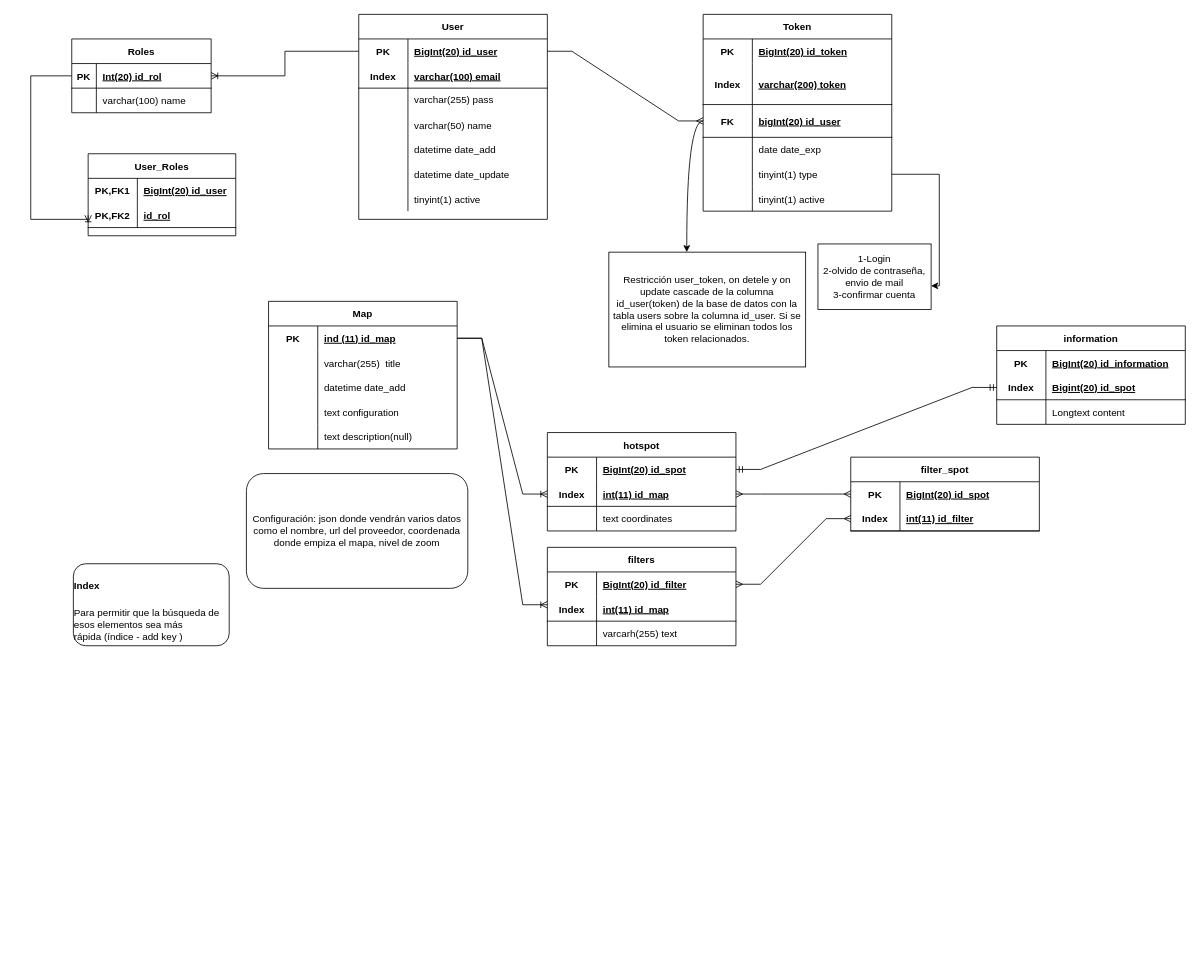
Before: database/Mapflet.drawio in C1b3r/easymap, a draw.io diagram. Source tidied: cells renumbered, new cells numbered last; positions are measured from the earlier drawing's top-left corner, leaving out a move shared by most shapes. Both pictures are drawn from the tidied source at 82%, with x=0, y=0 at pixel (30, 14).
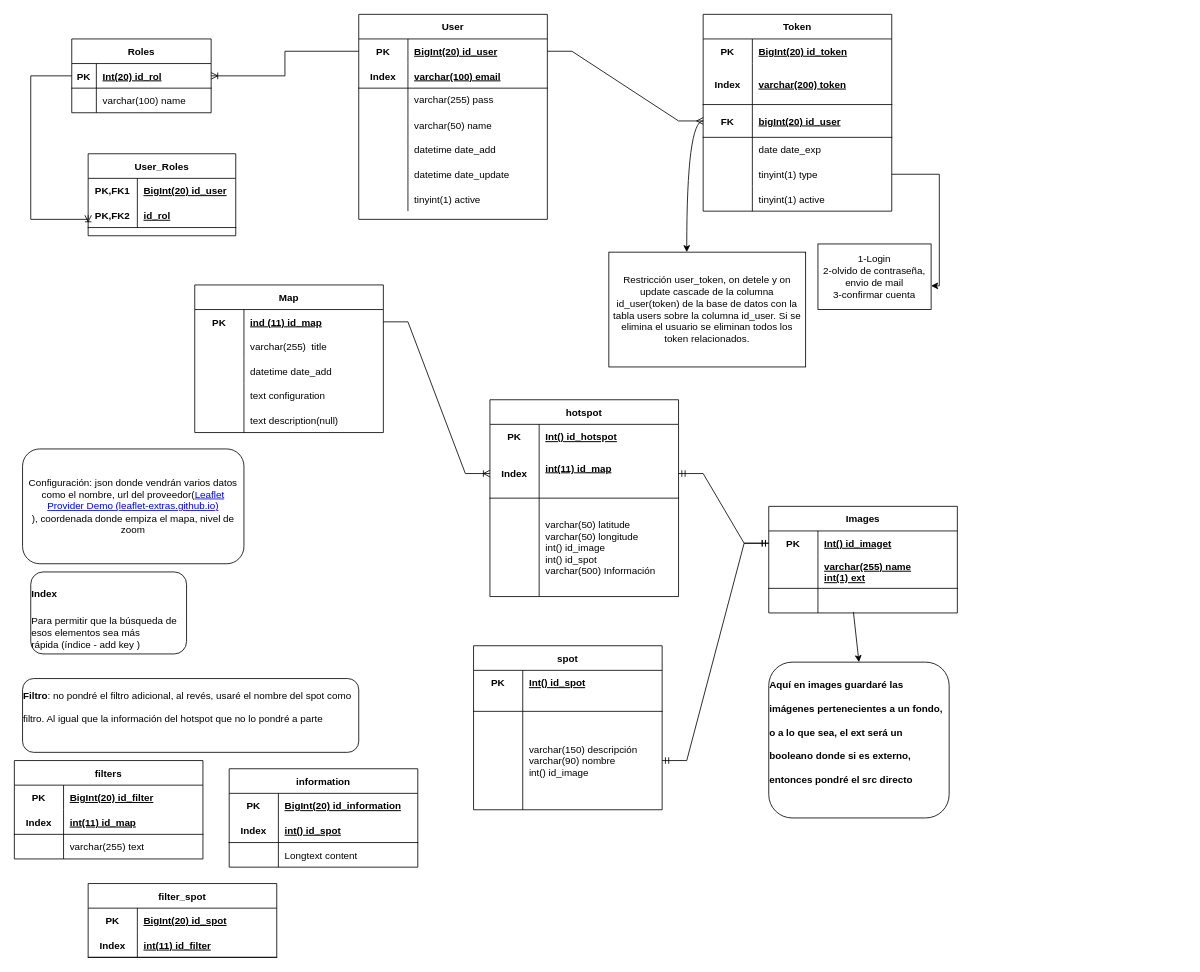
The same diagram, later.

The change refers to these unchanged cells:
```xml
<mxCell id="66" style="shape=partialRectangle;fillColor=none;top=0;left=0;bottom=0;right=0;points=[[0,0.5],[1,0.5]];portConstraint=eastwest;" parent="65" vertex="1">
  <mxGeometry y="30" width="230" height="30" as="geometry" />
</mxCell>
<mxCell id="82" style="shape=partialRectangle;fillColor=none;top=0;left=0;bottom=0;right=0;points=[[0,0.5],[1,0.5]];portConstraint=eastwest;" parent="81" vertex="1">
  <mxGeometry y="30" width="230" height="30" as="geometry" />
</mxCell>
<mxCell id="93" style="shape=partialRectangle;fillColor=none;top=0;left=0;bottom=0;right=0;points=[[0,0.5],[1,0.5]];portConstraint=eastwest;" parent="92" vertex="1">
  <mxGeometry y="30" width="230" height="30" as="geometry" />
</mxCell>
<mxCell id="99" style="shape=partialRectangle;fillColor=none;top=0;left=0;bottom=0;right=0;" parent="92" vertex="1">
  <mxGeometry y="90" width="230" height="30" as="geometry" />
</mxCell>
<mxCell id="104" style="shape=partialRectangle;fillColor=none;top=0;left=0;bottom=0;right=0;points=[[0,0.5],[1,0.5]];portConstraint=eastwest;" parent="103" vertex="1">
  <mxGeometry y="30" width="230" height="30" as="geometry" />
</mxCell>
<mxCell id="107" style="shape=partialRectangle;fillColor=none;top=0;left=0;bottom=1;right=0;points=[[0,0.5],[1,0.5]];portConstraint=eastwest;" parent="103" vertex="1">
  <mxGeometry y="60" width="230" height="30" as="geometry" />
</mxCell>
<mxCell id="116" style="shape=partialRectangle;fillColor=none;top=0;left=0;bottom=1;right=0;points=[[0,0.5],[1,0.5]];portConstraint=eastwest;" parent="112" vertex="1">
  <mxGeometry y="60" width="230" height="30" as="geometry" />
</mxCell>
```

Change to the diagram source:
```diff
@@
     <mxCell id="44" value="&lt;p style=&quot;line-height: 40%&quot;&gt;&lt;/p&gt;&lt;h1 style=&quot;text-align: left&quot;&gt;&lt;font style=&quot;font-size: 12px&quot;&gt;Index&lt;/font&gt;&lt;/h1&gt;&lt;p style=&quot;text-align: left&quot;&gt;&lt;font style=&quot;font-size: 12px ; line-height: 40%&quot;&gt;Para permitir que la búsqueda de esos elementos sea más rápida&amp;nbsp;&lt;/font&gt;&lt;span&gt;(índice - add key )&lt;/span&gt;&lt;/p&gt;&lt;p&gt;&lt;/p&gt;" style="rounded=1;whiteSpace=wrap;html=1;" parent="1" vertex="1">
-      <mxGeometry x="52" y="670" width="190" height="100" as="geometry" />
+      <mxGeometry y="680" width="190" height="100" as="geometry" />
     </mxCell>
@@
     <mxCell id="65" value="Map" style="shape=table;startSize=30;childLayout=tableLayout;rowLines=0;fontStyle=1;align=center;" parent="1" vertex="1">
-      <mxGeometry x="290" y="350" width="230" height="180" as="geometry" />
+      <mxGeometry x="200" y="330" width="230" height="180" as="geometry" />
     </mxCell>
@@
     <mxCell id="81" value="hotspot" style="shape=table;startSize=30;childLayout=tableLayout;rowLines=0;fontStyle=1;align=center;" parent="1" vertex="1">
-      <mxGeometry x="630" y="510" width="230" height="120" as="geometry" />
+      <mxGeometry x="560" y="470" width="230" height="240" as="geometry" />
     </mxCell>
@@
-    <mxCell id="84" value="BigInt(20) id_spot" style="shape=partialRectangle;fillColor=none;top=0;left=0;bottom=0;right=0;align=left;spacingLeft=6;fontStyle=5;overflow=hidden;" parent="82" vertex="1">
+    <mxCell id="84" value="Int() id_hotspot" style="shape=partialRectangle;fillColor=none;top=0;left=0;bottom=0;right=0;align=left;spacingLeft=6;fontStyle=5;overflow=hidden;" parent="82" vertex="1">
       <mxGeometry x="60" width="170" height="30" as="geometry" />
     </mxCell>
     <mxCell id="85" style="shape=partialRectangle;fillColor=none;top=0;left=0;bottom=1;right=0;points=[[0,0.5],[1,0.5]];portConstraint=eastwest;" parent="81" vertex="1">
-      <mxGeometry y="60" width="230" height="30" as="geometry" />
+      <mxGeometry y="60" width="230" height="60" as="geometry" />
     </mxCell>
     <mxCell id="86" value="Index" style="shape=partialRectangle;fillColor=none;top=0;left=0;bottom=0;right=0;fontStyle=1;overflow=hidden;" parent="85" vertex="1">
-      <mxGeometry width="60" height="30" as="geometry" />
+      <mxGeometry width="60" height="60" as="geometry" />
     </mxCell>
-    <mxCell id="87" value="int(11) id_map" style="shape=partialRectangle;fillColor=none;top=0;left=0;bottom=0;right=0;align=left;spacingLeft=6;fontStyle=5;overflow=hidden;" parent="85" vertex="1">
-      <mxGeometry x="60" width="170" height="30" as="geometry" />
+    <mxCell id="87" value="int(11) id_map&#10;" style="shape=partialRectangle;fillColor=none;top=0;left=0;bottom=0;right=0;align=left;spacingLeft=6;fontStyle=5;overflow=hidden;" parent="85" vertex="1">
+      <mxGeometry x="60" width="170" height="60" as="geometry" />
     </mxCell>
     <mxCell id="88" style="shape=partialRectangle;fillColor=none;top=0;left=0;bottom=0;right=0;" parent="81" vertex="1">
-      <mxGeometry y="90" width="230" height="30" as="geometry" />
+      <mxGeometry y="120" width="230" height="120" as="geometry" />
     </mxCell>
     <mxCell id="89" style="shape=partialRectangle;fillColor=none;top=0;left=0;bottom=0;right=0;overflow=hidden;" parent="88" vertex="1">
-      <mxGeometry width="60" height="30" as="geometry" />
+      <mxGeometry width="60" height="120" as="geometry" />
     </mxCell>
-    <mxCell id="90" value="text coordinates" style="shape=partialRectangle;fillColor=none;top=0;left=0;bottom=0;right=0;align=left;spacingLeft=6;overflow=hidden;" parent="88" vertex="1">
-      <mxGeometry x="60" width="170" height="30" as="geometry" />
+    <mxCell id="90" value="varchar(50) latitude&#10;varchar(50) longitude&#10;int() id_image&#10;int() id_spot&#10;varchar(500) Información" style="shape=partialRectangle;fillColor=none;top=0;left=0;bottom=0;right=0;align=left;spacingLeft=6;overflow=hidden;" parent="88" vertex="1">
+      <mxGeometry x="60" width="170" height="120" as="geometry" />
     </mxCell>
@@
     <mxCell id="92" value="filters" style="shape=table;startSize=30;childLayout=tableLayout;rowLines=0;fontStyle=1;align=center;" parent="1" vertex="1">
-      <mxGeometry x="630" y="650" width="230" height="120" as="geometry" />
+      <mxGeometry x="-20" y="910" width="230" height="120" as="geometry" />
     </mxCell>
@@
-    <mxCell id="101" value="varcarh(255) text" style="shape=partialRectangle;fillColor=none;top=0;left=0;bottom=0;right=0;align=left;spacingLeft=6;overflow=hidden;" parent="99" vertex="1">
+    <mxCell id="101" value="varchar(255) text" style="shape=partialRectangle;fillColor=none;top=0;left=0;bottom=0;right=0;align=left;spacingLeft=6;overflow=hidden;" parent="99" vertex="1">
       <mxGeometry x="60" width="170" height="30" as="geometry" />
     </mxCell>
-    <mxCell id="102" style="edgeStyle=entityRelationEdgeStyle;fontSize=12;html=1;endArrow=ERoneToMany;rounded=0;exitX=1;exitY=0.5;exitDx=0;exitDy=0;" parent="1" edge="1" source="66">
-      <mxGeometry relative="1" as="geometry">
-        <mxPoint x="630" y="720" as="targetPoint" />
-      </mxGeometry>
-    </mxCell>
     <mxCell id="103" value="filter_spot" style="shape=table;startSize=30;childLayout=tableLayout;rowLines=0;fontStyle=1;align=center;" parent="1" vertex="1">
-      <mxGeometry x="1000" y="540" width="230" height="90" as="geometry" />
+      <mxGeometry x="70" y="1060" width="230" height="90" as="geometry" />
     </mxCell>
@@
-    <mxCell id="110" style="edgeStyle=entityRelationEdgeStyle;fontSize=12;html=1;endArrow=ERmany;startArrow=ERmany;rounded=0;entryX=0;entryY=0.5;entryDx=0;entryDy=0;" parent="1" edge="1" source="85" target="104">
-      <mxGeometry relative="1" as="geometry" />
-    </mxCell>
-    <mxCell id="111" style="edgeStyle=entityRelationEdgeStyle;fontSize=12;html=1;endArrow=ERmany;startArrow=ERmany;rounded=0;entryX=0;entryY=0.5;entryDx=0;entryDy=0;exitX=1;exitY=0.5;exitDx=0;exitDy=0;" parent="1" edge="1" source="93" target="107">
-      <mxGeometry relative="1" as="geometry" />
-    </mxCell>
     <mxCell id="112" value="information" style="shape=table;startSize=30;childLayout=tableLayout;rowLines=0;fontStyle=1;align=center;" parent="1" vertex="1">
-      <mxGeometry x="1178" y="380" width="230" height="120" as="geometry" />
+      <mxGeometry x="242" y="920" width="230" height="120" as="geometry" />
     </mxCell>
@@
-    <mxCell id="118" value="Bigint(20) id_spot" style="shape=partialRectangle;fillColor=none;top=0;left=0;bottom=0;right=0;align=left;spacingLeft=6;fontStyle=5;overflow=hidden;" parent="116" vertex="1">
+    <mxCell id="118" value="int() id_spot" style="shape=partialRectangle;fillColor=none;top=0;left=0;bottom=0;right=0;align=left;spacingLeft=6;fontStyle=5;overflow=hidden;" parent="116" vertex="1">
       <mxGeometry x="60" width="170" height="30" as="geometry" />
     </mxCell>
@@
-    <mxCell id="122" style="edgeStyle=entityRelationEdgeStyle;fontSize=12;html=1;endArrow=ERmandOne;startArrow=ERmandOne;rounded=0;entryX=0;entryY=0.5;entryDx=0;entryDy=0;exitX=1;exitY=0.5;exitDx=0;exitDy=0;" parent="1" edge="1" source="82" target="116">
-      <mxGeometry relative="1" as="geometry" />
-    </mxCell>
-    <mxCell id="123" value="Configuración: json donde vendrán varios datos como el nombre, url del proveedor, coordenada donde empiza el mapa, nivel de zoom" style="rounded=1;whiteSpace=wrap;html=1;" parent="1" vertex="1">
-      <mxGeometry x="263" y="560" width="270" height="140" as="geometry" />
+    <mxCell id="123" value="Configuración: json donde vendrán varios datos como el nombre, url del proveedor(&lt;a href=&quot;https://leaflet-extras.github.io/leaflet-providers/preview/&quot;&gt;Leaflet Provider Demo (leaflet-extras.github.io)&lt;/a&gt;&lt;br&gt;), coordenada donde empiza el mapa, nivel de zoom" style="rounded=1;whiteSpace=wrap;html=1;" parent="1" vertex="1">
+      <mxGeometry x="-10" y="530" width="270" height="140" as="geometry" />
     </mxCell>
+    <mxCell id="124" value="&lt;p style=&quot;line-height: 40%&quot;&gt;&lt;/p&gt;&lt;h1 style=&quot;text-align: left&quot;&gt;&lt;font style=&quot;background-color: initial; font-size: 12px; line-height: 40%;&quot;&gt;Filtro&lt;span style=&quot;font-weight: 400;&quot;&gt;: no pondré el filtro adicional, al revés, usaré el nombre del spot como filtro. Al igual que la información del hotspot que no lo pondré a parte&lt;/span&gt;&lt;/font&gt;&lt;br&gt;&lt;/h1&gt;&lt;div&gt;&lt;font style=&quot;background-color: initial; font-size: 12px; line-height: 40%;&quot;&gt;&lt;span style=&quot;font-weight: 400;&quot;&gt;&lt;br&gt;&lt;/span&gt;&lt;/font&gt;&lt;/div&gt;&lt;p&gt;&lt;/p&gt;" style="rounded=1;whiteSpace=wrap;html=1;" parent="1" vertex="1">
+      <mxGeometry x="-10" y="810" width="410" height="90" as="geometry" />
+    </mxCell>
+    <mxCell id="125" value="Images" style="shape=table;startSize=30;childLayout=tableLayout;rowLines=0;fontStyle=1;align=center;" parent="1" vertex="1">
+      <mxGeometry x="900" y="600" width="230" height="130" as="geometry" />
+    </mxCell>
+    <mxCell id="126" style="shape=partialRectangle;fillColor=none;top=0;left=0;bottom=0;right=0;points=[[0,0.5],[1,0.5]];portConstraint=eastwest;" parent="125" vertex="1">
+      <mxGeometry y="30" width="230" height="30" as="geometry" />
+    </mxCell>
+    <mxCell id="127" value="PK" style="shape=partialRectangle;fillColor=none;top=0;left=0;bottom=0;right=0;fontStyle=1;overflow=hidden;" parent="126" vertex="1">
+      <mxGeometry width="60" height="30" as="geometry" />
+    </mxCell>
+    <mxCell id="128" value="Int() id_imaget" style="shape=partialRectangle;fillColor=none;top=0;left=0;bottom=0;right=0;align=left;spacingLeft=6;fontStyle=5;overflow=hidden;" parent="126" vertex="1">
+      <mxGeometry x="60" width="170" height="30" as="geometry" />
+    </mxCell>
+    <mxCell id="129" style="shape=partialRectangle;fillColor=none;top=0;left=0;bottom=1;right=0;" parent="125" vertex="1">
+      <mxGeometry y="60" width="230" height="40" as="geometry" />
+    </mxCell>
+    <mxCell id="130" style="shape=partialRectangle;fillColor=none;top=0;left=0;bottom=0;right=0;fontStyle=1;overflow=hidden;" parent="129" vertex="1">
+      <mxGeometry width="60" height="40" as="geometry" />
+    </mxCell>
+    <mxCell id="131" value="varchar(255) name&#10;int(1) ext" style="shape=partialRectangle;fillColor=none;top=0;left=0;bottom=0;right=0;align=left;spacingLeft=6;fontStyle=5;overflow=hidden;" parent="129" vertex="1">
+      <mxGeometry x="60" width="170" height="40" as="geometry" />
+    </mxCell>
+    <mxCell id="132" style="shape=partialRectangle;fillColor=none;top=0;left=0;bottom=0;right=0;points=[[0,0.5],[1,0.5]];portConstraint=eastwest;" parent="125" vertex="1">
+      <mxGeometry y="100" width="230" height="30" as="geometry" />
+    </mxCell>
+    <mxCell id="133" style="shape=partialRectangle;fillColor=none;top=0;left=0;bottom=0;right=0;overflow=hidden;" parent="132" vertex="1">
+      <mxGeometry width="60" height="30" as="geometry" />
+    </mxCell>
+    <mxCell id="134" style="shape=partialRectangle;fillColor=none;top=0;left=0;bottom=0;right=0;align=left;spacingLeft=6;overflow=hidden;" parent="132" vertex="1">
+      <mxGeometry x="60" width="170" height="30" as="geometry" />
+    </mxCell>
+    <mxCell id="135" style="edgeStyle=entityRelationEdgeStyle;fontSize=12;html=1;endArrow=ERmandOne;startArrow=ERmandOne;rounded=0;entryX=0;entryY=0.5;entryDx=0;entryDy=0;" parent="1" edge="1" source="85" target="126">
+      <mxGeometry relative="1" as="geometry">
+        <Array as="points">
+          <mxPoint x="800" y="600" />
+        </Array>
+      </mxGeometry>
+    </mxCell>
+    <mxCell id="136" value="&lt;p style=&quot;line-height: 40%&quot;&gt;&lt;/p&gt;&lt;h1 style=&quot;text-align: left&quot;&gt;&lt;span style=&quot;font-size: 12px;&quot;&gt;Aquí en images guardaré las imágenes pertenecientes a un fondo, o a lo que sea, el ext será un booleano donde si es externo, entonces pondré el src directo&lt;/span&gt;&lt;/h1&gt;&lt;div&gt;&lt;span style=&quot;font-size: 12px;&quot;&gt;&lt;br&gt;&lt;/span&gt;&lt;/div&gt;&lt;p&gt;&lt;/p&gt;" style="rounded=1;whiteSpace=wrap;html=1;" parent="1" vertex="1">
+      <mxGeometry x="900" y="790" width="220" height="190" as="geometry" />
+    </mxCell>
+    <mxCell id="137" style="endArrow=classic;html=1;rounded=0;entryX=0.5;entryY=0;entryDx=0;entryDy=0;exitX=0.449;exitY=0.969;exitDx=0;exitDy=0;exitPerimeter=0;" parent="1" edge="1" source="132" target="136">
+      <mxGeometry relative="1" as="geometry" />
+    </mxCell>
+    <mxCell id="138" value="spot" style="shape=table;startSize=30;childLayout=tableLayout;rowLines=0;fontStyle=1;align=center;" parent="1" vertex="1">
+      <mxGeometry x="540" y="770" width="230" height="200" as="geometry" />
+    </mxCell>
+    <mxCell id="139" style="shape=partialRectangle;fillColor=none;top=0;left=0;bottom=0;right=0;" parent="138" vertex="1">
+      <mxGeometry y="30" width="230" height="30" as="geometry" />
+    </mxCell>
+    <mxCell id="140" value="PK" style="shape=partialRectangle;fillColor=none;top=0;left=0;bottom=0;right=0;fontStyle=1;overflow=hidden;" parent="139" vertex="1">
+      <mxGeometry width="60" height="30" as="geometry" />
+    </mxCell>
+    <mxCell id="141" value="Int() id_spot" style="shape=partialRectangle;fillColor=none;top=0;left=0;bottom=0;right=0;align=left;spacingLeft=6;fontStyle=5;overflow=hidden;" parent="139" vertex="1">
+      <mxGeometry x="60" width="170" height="30" as="geometry" />
+    </mxCell>
+    <mxCell id="142" style="shape=partialRectangle;fillColor=none;top=0;left=0;bottom=1;right=0;" parent="138" vertex="1">
+      <mxGeometry y="60" width="230" height="20" as="geometry" />
+    </mxCell>
+    <mxCell id="143" style="shape=partialRectangle;fillColor=none;top=0;left=0;bottom=0;right=0;fontStyle=1;overflow=hidden;" parent="142" vertex="1">
+      <mxGeometry width="60" height="20" as="geometry" />
+    </mxCell>
+    <mxCell id="144" style="shape=partialRectangle;fillColor=none;top=0;left=0;bottom=0;right=0;align=left;spacingLeft=6;fontStyle=5;overflow=hidden;" parent="142" vertex="1">
+      <mxGeometry x="60" width="170" height="20" as="geometry" />
+    </mxCell>
+    <mxCell id="145" style="shape=partialRectangle;fillColor=none;top=0;left=0;bottom=0;right=0;points=[[0,0.5],[1,0.5]];portConstraint=eastwest;" parent="138" vertex="1">
+      <mxGeometry y="80" width="230" height="120" as="geometry" />
+    </mxCell>
+    <mxCell id="146" style="shape=partialRectangle;fillColor=none;top=0;left=0;bottom=0;right=0;overflow=hidden;" parent="145" vertex="1">
+      <mxGeometry width="60" height="120" as="geometry" />
+    </mxCell>
+    <mxCell id="147" value="varchar(150) descripción&#10;varchar(90) nombre&#10;int() id_image" style="shape=partialRectangle;fillColor=none;top=0;left=0;bottom=0;right=0;align=left;spacingLeft=6;overflow=hidden;" parent="145" vertex="1">
+      <mxGeometry x="60" width="170" height="120" as="geometry" />
+    </mxCell>
+    <mxCell id="148" style="edgeStyle=entityRelationEdgeStyle;fontSize=12;html=1;endArrow=ERmandOne;startArrow=ERmandOne;rounded=0;entryX=0;entryY=0.5;entryDx=0;entryDy=0;exitX=1;exitY=0.5;exitDx=0;exitDy=0;" parent="1" edge="1" source="145" target="126">
+      <mxGeometry relative="1" as="geometry">
+        <Array as="points">
+          <mxPoint x="770" y="810" />
+          <mxPoint x="790" y="990" />
+        </Array>
+      </mxGeometry>
+    </mxCell>
```
